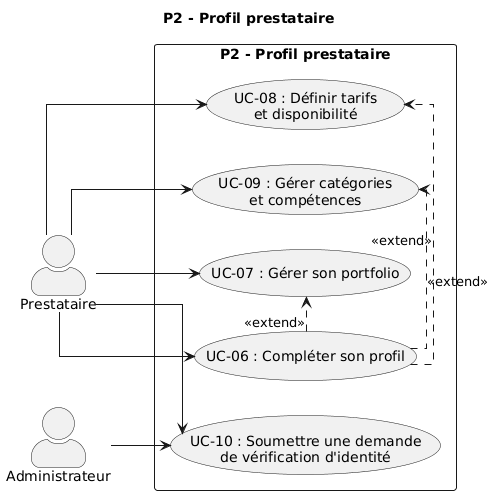
The PlantUML diagram images/diagramme_cu_p2.png in KazeHolloway/Projet_LaTex, before a commit.
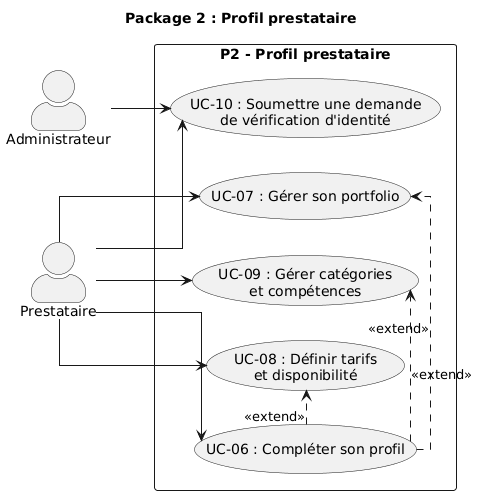
The same diagram one commit later.

The edit, as a diff of the source:
```diff
@@ -1,12 +1,12 @@
 @startuml
-title P2 - Profil prestataire
+title Package 2 : Profil prestataire
 
 left to right direction
 skinparam actorStyle awesome
 skinparam linetype ortho
 
+actor "Administrateur" as admin
 actor "Prestataire" as prestataire
-actor "Administrateur" as admin
 
 rectangle "P2 - Profil prestataire" {
   usecase "UC-06 : Compléter son profil" as UC06
@@ -15,16 +15,15 @@
   usecase "UC-09 : Gérer catégories\net compétences" as UC09
   usecase "UC-10 : Soumettre une demande\nde vérification d'identité" as UC10
 }
-
 UC06 .> UC07 : <<extend>>
+UC06 .> UC09 : <<extend>>
 UC06 .> UC08 : <<extend>>
-UC06 .> UC09 : <<extend>>
 
 prestataire --> UC06
+prestataire --> UC09
+prestataire --> UC10
 prestataire --> UC07
 prestataire --> UC08
-prestataire --> UC09
-prestataire --> UC10
 
 admin --> UC10
 @enduml
```
